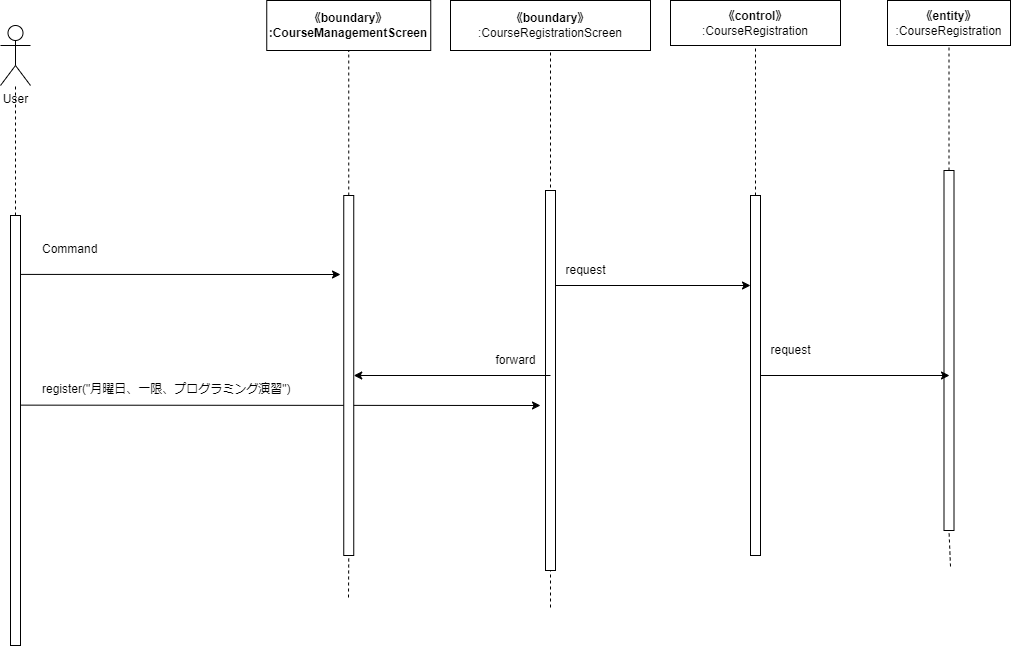
Before: Design/Sequence-1.drawio.png, a diagram exported from draw.io (Hu-Hanxu/First-App-Self-Management-). Source tidied: cells renumbered, new cells last; positions are measured from the earlier drawing's top-left corner, leaving out a move shared by most shapes.
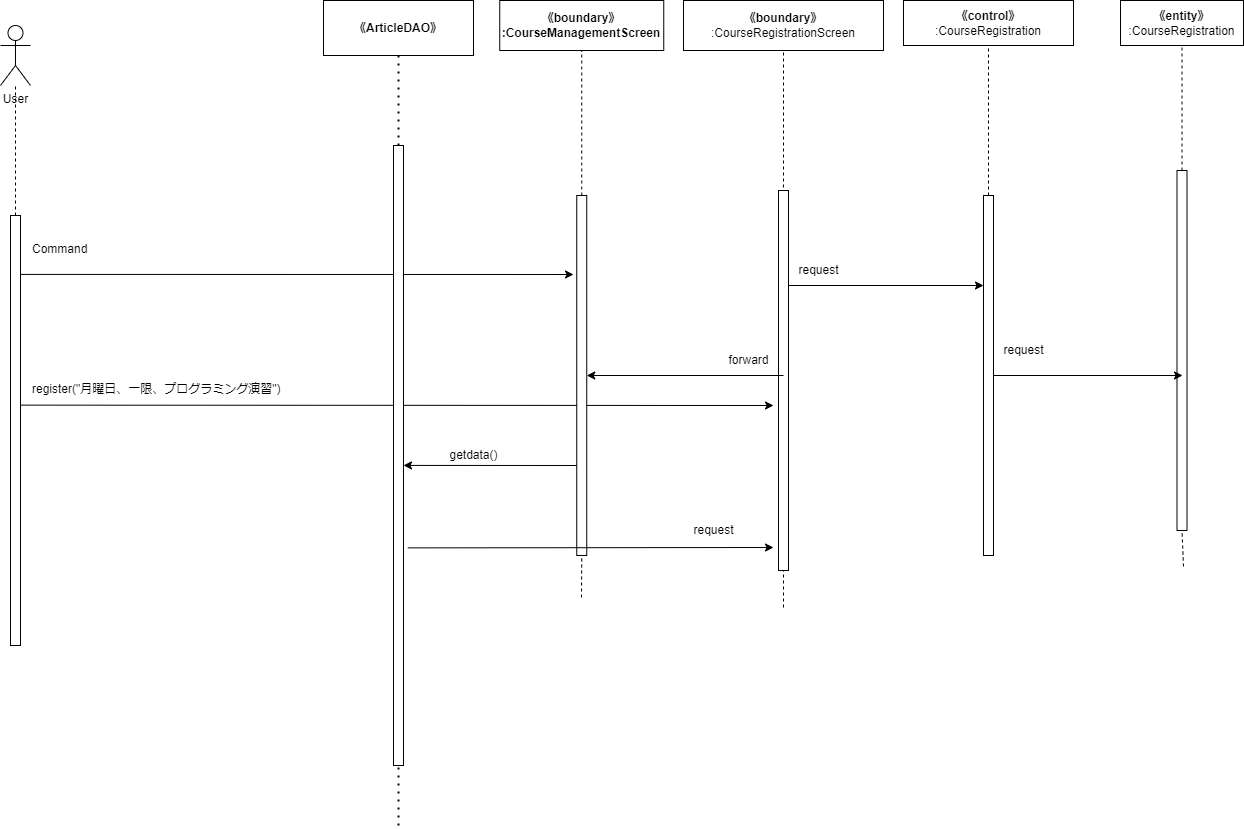
After the change.

Diff of the diagram source:
```diff
@@ -3,11 +3,11 @@
     <mxCell id="0" />
     <mxCell id="1" parent="0" />
     <mxCell id="2" value="User" style="shape=umlActor;verticalLabelPosition=bottom;verticalAlign=top;html=1;outlineConnect=0;" parent="1" vertex="1">
-      <mxGeometry y="25" width="30" height="60" as="geometry" />
+      <mxGeometry x="-233" y="25" width="30" height="60" as="geometry" />
     </mxCell>
     <mxCell id="3" style="endArrow=none;dashed=1;html=1;exitX=0.5;exitY=0;exitDx=0;exitDy=0;" parent="1" edge="1" target="2">
       <mxGeometry relative="1" as="geometry">
-        <mxPoint x="15" y="215" as="sourcePoint" />
+        <mxPoint x="-218" y="215" as="sourcePoint" />
       </mxGeometry>
     </mxCell>
     <mxCell id="4" value="&lt;span style=&quot;font-weight: 700;&quot;&gt;《boundary》&lt;/span&gt;&lt;br style=&quot;font-weight: 700;&quot;&gt;&lt;span style=&quot;font-weight: 700;&quot;&gt;:&lt;/span&gt;&lt;b&gt;CourseManagementScreen&lt;/b&gt;" style="rounded=0;whiteSpace=wrap;html=1;" parent="1" vertex="1">
@@ -25,7 +25,7 @@
       </mxGeometry>
     </mxCell>
     <mxCell id="8" style="rounded=0;whiteSpace=wrap;html=1;" parent="1" vertex="1">
-      <mxGeometry x="10" y="215" width="10" height="430" as="geometry" />
+      <mxGeometry x="-223" y="215" width="10" height="430" as="geometry" />
     </mxCell>
     <mxCell id="9" style="endArrow=none;dashed=1;html=1;entryX=0.5;entryY=1;entryDx=0;entryDy=0;startArrow=none;" parent="1" edge="1" source="11" target="4">
       <mxGeometry relative="1" as="geometry" />
@@ -67,10 +67,10 @@
       <mxGeometry x="943.5" y="170" width="10" height="360" as="geometry" />
     </mxCell>
     <mxCell id="20" value="register(&quot;月曜日、一限、プログラミング演習&quot;)" style="text;whiteSpace=wrap;html=1;" parent="1" vertex="1">
-      <mxGeometry x="40" y="375" width="270" height="40" as="geometry" />
+      <mxGeometry x="-203" y="375" width="270" height="40" as="geometry" />
     </mxCell>
     <mxCell id="21" value="Command" style="text;whiteSpace=wrap;html=1;" parent="1" vertex="1">
-      <mxGeometry x="40" y="235" width="90" height="40" as="geometry" />
+      <mxGeometry x="-203" y="235" width="90" height="40" as="geometry" />
     </mxCell>
     <mxCell id="22" style="endArrow=classic;html=1;exitX=1.055;exitY=0.137;exitDx=0;exitDy=0;exitPerimeter=0;" parent="1" edge="1" source="8">
       <mxGeometry relative="1" as="geometry">
@@ -99,5 +99,33 @@
     <mxCell id="28" value="request" style="text;html=1;align=center;verticalAlign=middle;strokeColor=none;fillColor=none;" parent="1" vertex="1">
       <mxGeometry x="760" y="335" width="60" height="30" as="geometry" />
     </mxCell>
+    <mxCell id="29" value="&lt;span style=&quot;font-weight: 700;&quot;&gt;《&lt;/span&gt;&lt;span style=&quot;font-weight: 700;&quot;&gt;ArticleDAO&lt;/span&gt;&lt;span style=&quot;font-weight: 700;&quot;&gt;》&lt;/span&gt;" style="rounded=0;whiteSpace=wrap;html=1;" parent="1" vertex="1">
+      <mxGeometry x="90" width="150" height="55" as="geometry" />
+    </mxCell>
+    <mxCell id="30" style="endArrow=none;dashed=1;html=1;dashPattern=1 3;strokeWidth=2;entryX=0.5;entryY=1;entryDx=0;entryDy=0;startArrow=none;" parent="1" edge="1" source="33" target="29">
+      <mxGeometry relative="1" as="geometry" />
+    </mxCell>
+    <mxCell id="31" style="endArrow=classic;html=1;exitX=0;exitY=0.75;exitDx=0;exitDy=0;entryX=1;entryY=0.516;entryDx=0;entryDy=0;entryPerimeter=0;" parent="1" edge="1" source="11" target="33">
+      <mxGeometry relative="1" as="geometry" />
+    </mxCell>
+    <mxCell id="32" style="endArrow=none;dashed=1;html=1;dashPattern=1 3;strokeWidth=2;entryX=0.5;entryY=1;entryDx=0;entryDy=0;" parent="1" edge="1" target="33">
+      <mxGeometry relative="1" as="geometry">
+        <mxPoint x="165" y="825" as="sourcePoint" />
+      </mxGeometry>
+    </mxCell>
+    <mxCell id="33" style="rounded=0;whiteSpace=wrap;html=1;" parent="1" vertex="1">
+      <mxGeometry x="160" y="145" width="10" height="620" as="geometry" />
+    </mxCell>
+    <mxCell id="34" value="getdata()" style="text;html=1;align=center;verticalAlign=middle;strokeColor=none;fillColor=none;" parent="1" vertex="1">
+      <mxGeometry x="205" y="440" width="70" height="30" as="geometry" />
+    </mxCell>
+    <mxCell id="35" style="endArrow=classic;html=1;exitX=1.433;exitY=0.649;exitDx=0;exitDy=0;exitPerimeter=0;" parent="1" edge="1" source="33">
+      <mxGeometry relative="1" as="geometry">
+        <mxPoint x="540" y="547" as="targetPoint" />
+      </mxGeometry>
+    </mxCell>
+    <mxCell id="36" value="request" style="text;html=1;align=center;verticalAlign=middle;strokeColor=none;fillColor=none;" parent="1" vertex="1">
+      <mxGeometry x="450" y="515" width="60" height="30" as="geometry" />
+    </mxCell>
   </root>
 </mxGraphModel>
```
